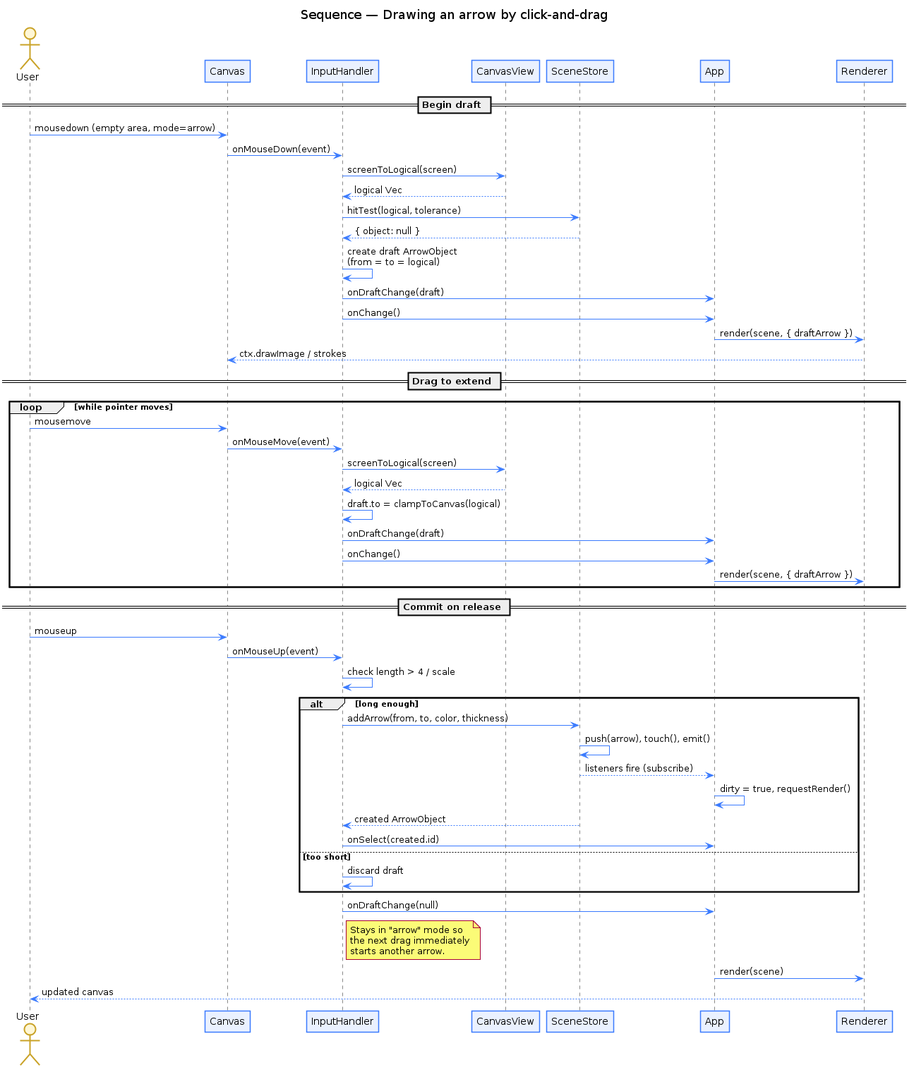
chobocho/arrow keeps this PlantUML diagram as docs/sequence-draw-arrow.png. Above is the earlier version. Its source is kept beside it as docs/sequence-draw-arrow.puml. Source of this version:
```plantuml
@startuml sequence-draw-arrow
title Sequence — Drawing an arrow by click-and-drag

skinparam shadowing false
skinparam sequence {
  ArrowColor #3A7AFE
  LifeLineBorderColor #888888
  ParticipantBorderColor #3A7AFE
  ParticipantBackgroundColor #EAF1FF
  ActorBackgroundColor #FFF7D6
  ActorBorderColor #C9A227
}

actor User
participant Canvas as canvas
participant InputHandler as ih
participant CanvasView as view
participant SceneStore as store
participant App as app
participant Renderer as renderer

== Begin draft ==
User -> canvas : mousedown (empty area, mode=arrow)
canvas -> ih : onMouseDown(event)
ih -> view : screenToLogical(screen)
view --> ih : logical Vec
ih -> store : hitTest(logical, tolerance)
store --> ih : { object: null }
ih -> ih : create draft ArrowObject\n(from = to = logical)
ih -> app : onDraftChange(draft)
ih -> app : onChange()
app -> renderer : render(scene, { draftArrow })
renderer --> canvas : ctx.drawImage / strokes

== Drag to extend ==
loop while pointer moves
  User -> canvas : mousemove
  canvas -> ih : onMouseMove(event)
  ih -> view : screenToLogical(screen)
  view --> ih : logical Vec
  ih -> ih : draft.to = clampToCanvas(logical)
  ih -> app : onDraftChange(draft)
  ih -> app : onChange()
  app -> renderer : render(scene, { draftArrow })
end

== Commit on release ==
User -> canvas : mouseup
canvas -> ih : onMouseUp(event)
ih -> ih : check length > 4 / scale
alt long enough
  ih -> store : addArrow(from, to, color, thickness)
  store -> store : push(arrow), touch(), emit()
  store --> app : listeners fire (subscribe)
  app -> app : dirty = true, requestRender()
  store --> ih : created ArrowObject
  ih -> app : onSelect(created.id)
else too short
  ih -> ih : discard draft
end
ih -> app : onDraftChange(null)
note right of ih
  Stays in "arrow" mode so
  the next drag immediately
  starts another arrow.
end note
app -> renderer : render(scene)
renderer --> User : updated canvas

@enduml
```
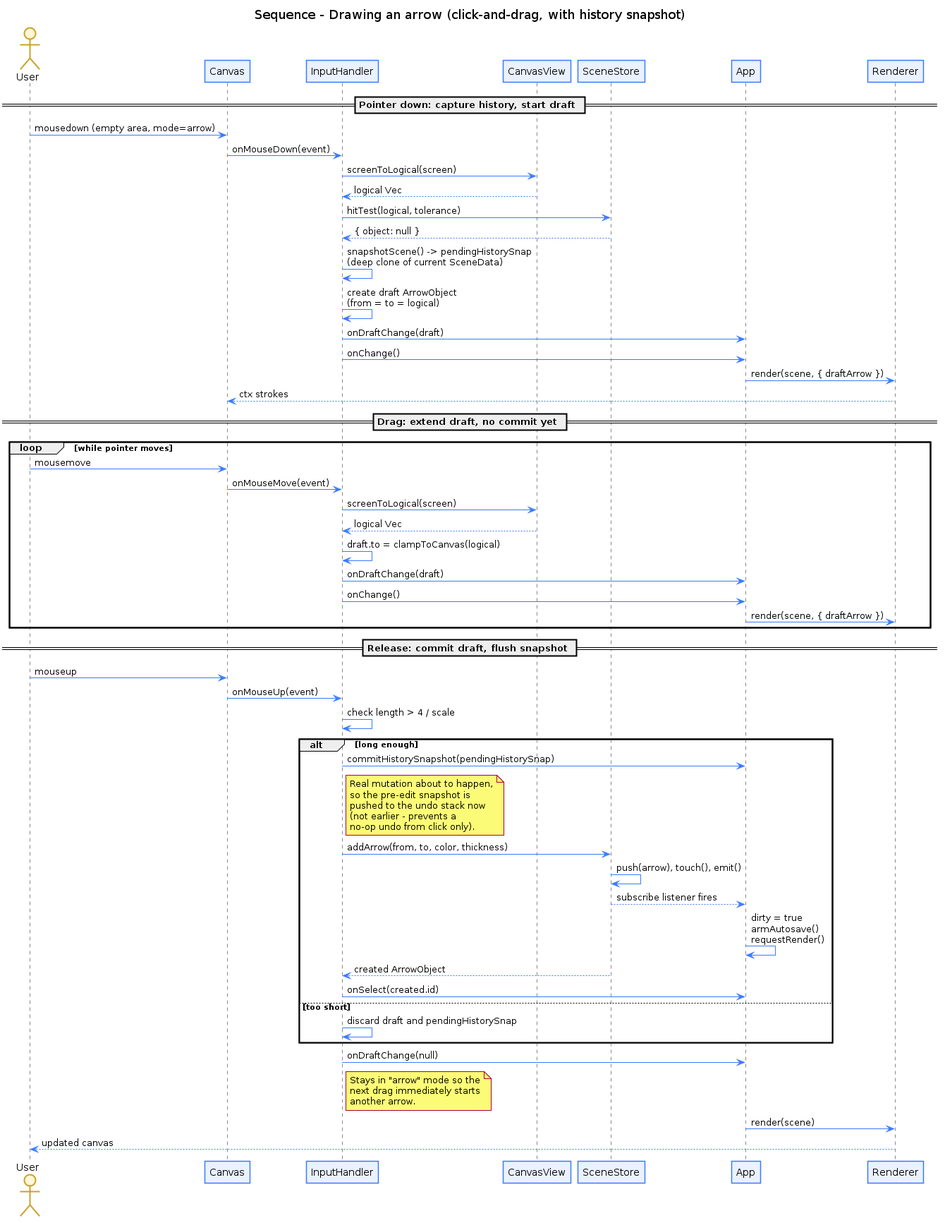
After the commit.

Change to the diagram source:
```diff
@@ -1,5 +1,5 @@
 @startuml sequence-draw-arrow
-title Sequence — Drawing an arrow by click-and-drag
+title Sequence - Drawing an arrow (click-and-drag, with history snapshot)
 
 skinparam shadowing false
 skinparam sequence {
@@ -19,20 +19,21 @@
 participant App as app
 participant Renderer as renderer
 
-== Begin draft ==
+== Pointer down: capture history, start draft ==
 User -> canvas : mousedown (empty area, mode=arrow)
 canvas -> ih : onMouseDown(event)
 ih -> view : screenToLogical(screen)
 view --> ih : logical Vec
 ih -> store : hitTest(logical, tolerance)
 store --> ih : { object: null }
+ih -> ih : snapshotScene() -> pendingHistorySnap\n(deep clone of current SceneData)
 ih -> ih : create draft ArrowObject\n(from = to = logical)
 ih -> app : onDraftChange(draft)
 ih -> app : onChange()
 app -> renderer : render(scene, { draftArrow })
-renderer --> canvas : ctx.drawImage / strokes
+renderer --> canvas : ctx strokes
 
-== Drag to extend ==
+== Drag: extend draft, no commit yet ==
 loop while pointer moves
   User -> canvas : mousemove
   canvas -> ih : onMouseMove(event)
@@ -44,25 +45,33 @@
   app -> renderer : render(scene, { draftArrow })
 end
 
-== Commit on release ==
+== Release: commit draft, flush snapshot ==
 User -> canvas : mouseup
 canvas -> ih : onMouseUp(event)
 ih -> ih : check length > 4 / scale
 alt long enough
+  ih -> app : commitHistorySnapshot(pendingHistorySnap)
+  note right of ih
+    Real mutation about to happen,
+    so the pre-edit snapshot is
+    pushed to the undo stack now
+    (not earlier - prevents a
+    no-op undo from click only).
+  end note
   ih -> store : addArrow(from, to, color, thickness)
   store -> store : push(arrow), touch(), emit()
-  store --> app : listeners fire (subscribe)
-  app -> app : dirty = true, requestRender()
+  store --> app : subscribe listener fires
+  app -> app : dirty = true\narmAutosave()\nrequestRender()
   store --> ih : created ArrowObject
   ih -> app : onSelect(created.id)
 else too short
-  ih -> ih : discard draft
+  ih -> ih : discard draft and pendingHistorySnap
 end
 ih -> app : onDraftChange(null)
 note right of ih
-  Stays in "arrow" mode so
-  the next drag immediately
-  starts another arrow.
+  Stays in "arrow" mode so the
+  next drag immediately starts
+  another arrow.
 end note
 app -> renderer : render(scene)
 renderer --> User : updated canvas
```
